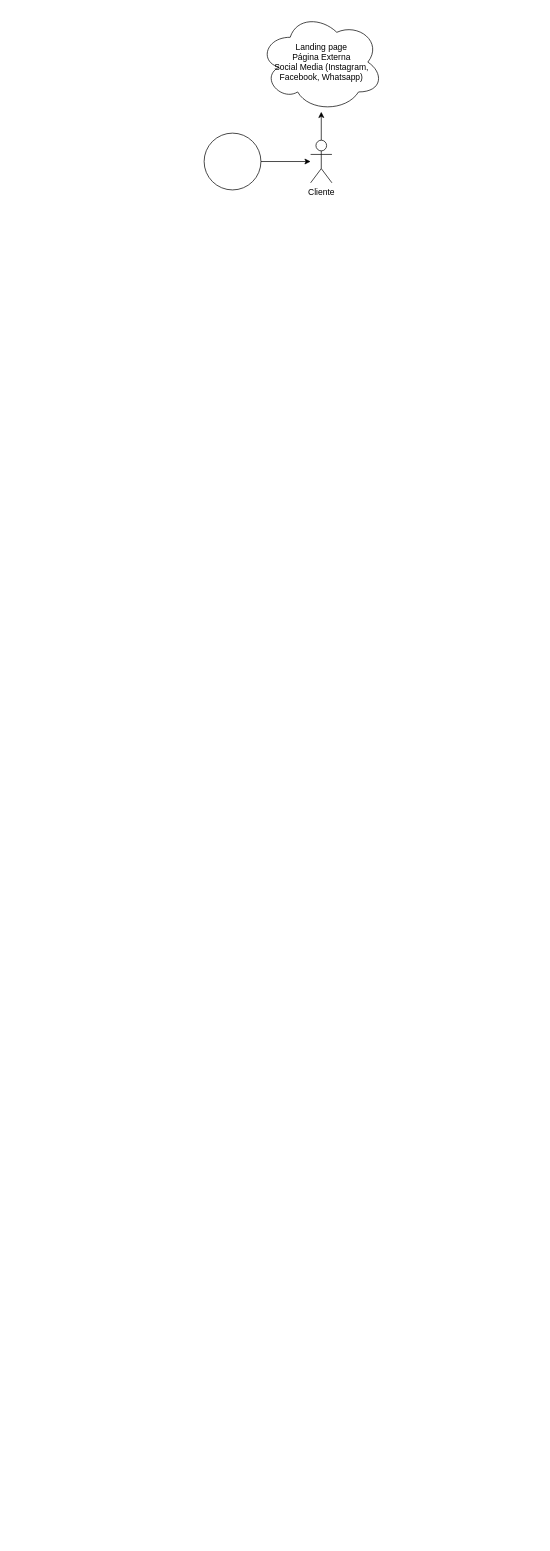
Before: P-Party Child/Use Case Party Child.drawio in JalzDeLezZ/Draw-io, a draw.io diagram. Source tidied: cells renumbered, new cells numbered last; positions are measured from the earlier drawing's top-left corner, leaving out a move shared by most shapes. Both pictures are drawn from the tidied source at 71%, with x=0, y=0 at pixel (204, 12).
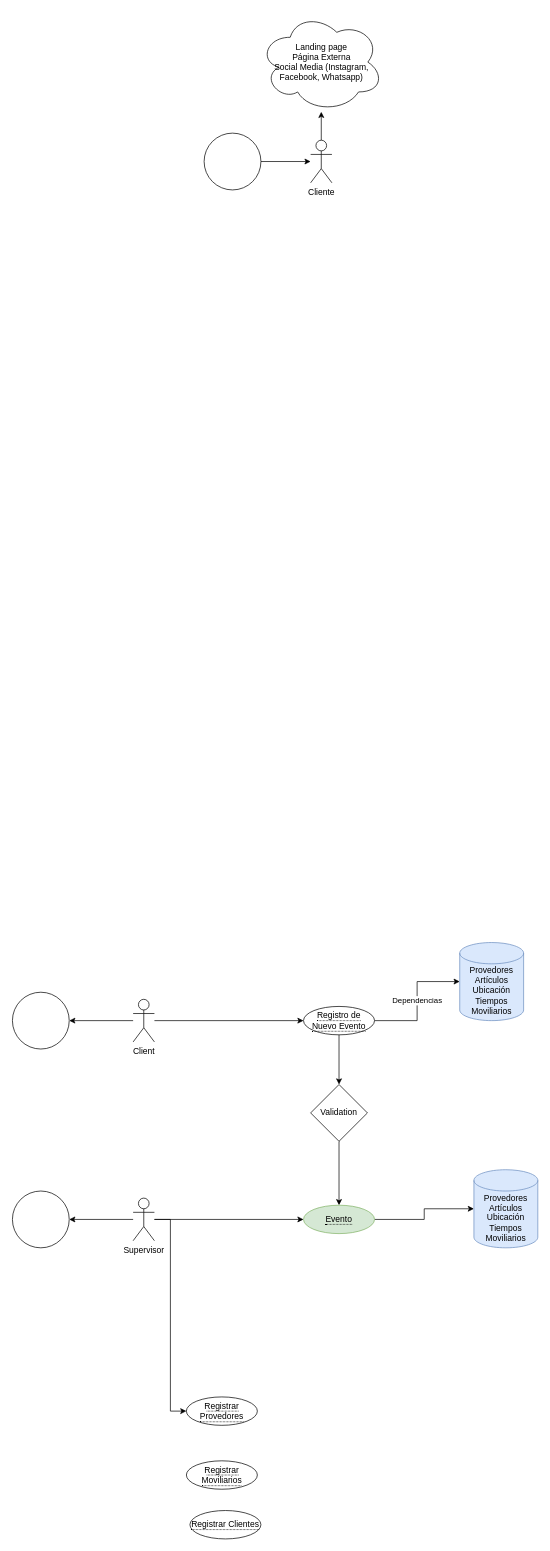
After the change.

The edit, as a diff of the source:
```diff
@@
+    <mxCell id="7" style="edgeStyle=orthogonalEdgeStyle;rounded=0;jettySize=auto;html=1;" parent="1" edge="1" source="10" target="22">
+      <mxGeometry relative="1" as="geometry" />
+    </mxCell>
@@
+    <mxCell id="8" style="edgeStyle=orthogonalEdgeStyle;rounded=0;jettySize=auto;html=1;" parent="1" edge="1" source="10" target="23">
+      <mxGeometry relative="1" as="geometry" />
+    </mxCell>
@@
+    <mxCell id="9" style="edgeStyle=orthogonalEdgeStyle;rounded=0;jettySize=auto;html=1;entryX=0;entryY=0.5;entryDx=0;entryDy=0;" parent="1" edge="1" source="10" target="25">
+      <mxGeometry relative="1" as="geometry" />
+    </mxCell>
@@
+    <mxCell id="10" value="Supervisor" style="shape=umlActor;verticalLabelPosition=bottom;verticalAlign=top;html=1;outlineConnect=0;" parent="1" vertex="1">
+      <mxGeometry x="-100" y="1670" width="30" height="60" as="geometry" />
+    </mxCell>
@@
+    <mxCell id="11" style="edgeStyle=orthogonalEdgeStyle;rounded=0;jettySize=auto;html=1;entryX=0;entryY=0.5;entryDx=0;entryDy=0;" parent="1" edge="1" source="13" target="16">
+      <mxGeometry relative="1" as="geometry" />
+    </mxCell>
@@
+    <mxCell id="12" style="edgeStyle=orthogonalEdgeStyle;rounded=0;jettySize=auto;html=1;" parent="1" edge="1" source="13" target="20">
+      <mxGeometry relative="1" as="geometry" />
+    </mxCell>
+    <mxCell id="13" value="Client" style="shape=umlActor;verticalLabelPosition=bottom;verticalAlign=top;html=1;outlineConnect=0;" parent="1" vertex="1">
+      <mxGeometry x="-100" y="1390" width="30" height="60" as="geometry" />
+    </mxCell>
+    <mxCell id="14" value="Dependencias" style="edgeStyle=orthogonalEdgeStyle;rounded=0;jettySize=auto;html=1;" parent="1" edge="1" source="16" target="17">
+      <mxGeometry relative="1" as="geometry" />
+    </mxCell>
+    <mxCell id="15" style="edgeStyle=orthogonalEdgeStyle;rounded=0;jettySize=auto;html=1;" parent="1" edge="1" source="16" target="19">
+      <mxGeometry relative="1" as="geometry" />
+    </mxCell>
+    <mxCell id="16" value="&lt;span style=&quot;border-bottom: 1px dotted&quot;&gt;Registro de Nuevo Evento&lt;br&gt;&lt;/span&gt;" style="ellipse;whiteSpace=wrap;html=1;align=center;" parent="1" vertex="1">
+      <mxGeometry x="140" y="1400" width="100" height="40" as="geometry" />
+    </mxCell>
+    <mxCell id="17" value="Provedores&lt;br&gt;Artículos&lt;br&gt;Ubicación&lt;br&gt;Tiempos&lt;br&gt;Moviliarios" style="shape=cylinder3;whiteSpace=wrap;html=1;boundedLbl=1;backgroundOutline=1;size=15;fillColor=#dae8fc;strokeColor=#6c8ebf;" parent="1" vertex="1">
+      <mxGeometry x="360" y="1310" width="90" height="110" as="geometry" />
+    </mxCell>
+    <mxCell id="18" style="edgeStyle=orthogonalEdgeStyle;rounded=0;jettySize=auto;html=1;" parent="1" edge="1" source="19" target="22">
+      <mxGeometry relative="1" as="geometry" />
+    </mxCell>
+    <mxCell id="19" value="Validation" style="rhombus;whiteSpace=wrap;html=1;" parent="1" vertex="1">
+      <mxGeometry x="150" y="1510" width="80" height="80" as="geometry" />
+    </mxCell>
+    <mxCell id="20" style="ellipse;whiteSpace=wrap;html=1;" parent="1" vertex="1">
+      <mxGeometry x="-270" y="1380" width="80" height="80" as="geometry" />
+    </mxCell>
+    <mxCell id="21" style="edgeStyle=orthogonalEdgeStyle;rounded=0;jettySize=auto;html=1;" parent="1" edge="1" source="22" target="24">
+      <mxGeometry relative="1" as="geometry" />
+    </mxCell>
+    <mxCell id="22" value="&lt;span style=&quot;border-bottom: 1px dotted&quot;&gt;Evento&lt;/span&gt;" style="ellipse;whiteSpace=wrap;html=1;align=center;fillColor=#d5e8d4;strokeColor=#82b366;" parent="1" vertex="1">
+      <mxGeometry x="140" y="1680" width="100" height="40" as="geometry" />
+    </mxCell>
+    <mxCell id="23" style="ellipse;whiteSpace=wrap;html=1;verticalAlign=top;" parent="1" vertex="1">
+      <mxGeometry x="-270" y="1660" width="80" height="80" as="geometry" />
+    </mxCell>
+    <mxCell id="24" value="Provedores&lt;br&gt;Artículos&lt;br&gt;Ubicación&lt;br&gt;Tiempos&lt;br&gt;Moviliarios" style="shape=cylinder3;whiteSpace=wrap;html=1;boundedLbl=1;backgroundOutline=1;size=15;fillColor=#dae8fc;strokeColor=#6c8ebf;" parent="1" vertex="1">
+      <mxGeometry x="380" y="1630" width="90" height="110" as="geometry" />
+    </mxCell>
+    <mxCell id="25" value="&lt;span style=&quot;border-bottom: 1px dotted&quot;&gt;Registrar Provedores&lt;/span&gt;" style="ellipse;whiteSpace=wrap;html=1;align=center;" parent="1" vertex="1">
+      <mxGeometry x="-25" y="1950" width="100" height="40" as="geometry" />
+    </mxCell>
+    <mxCell id="26" value="&lt;span style=&quot;border-bottom: 1px dotted&quot;&gt;Registrar Moviliarios&lt;/span&gt;" style="ellipse;whiteSpace=wrap;html=1;align=center;" parent="1" vertex="1">
+      <mxGeometry x="-25" y="2040" width="100" height="40" as="geometry" />
+    </mxCell>
+    <mxCell id="27" value="&lt;span style=&quot;border-bottom: 1px dotted&quot;&gt;Registrar Clientes&lt;/span&gt;" style="ellipse;whiteSpace=wrap;html=1;align=center;" parent="1" vertex="1">
+      <mxGeometry x="-20" y="2110" width="100" height="40" as="geometry" />
+    </mxCell>
```
